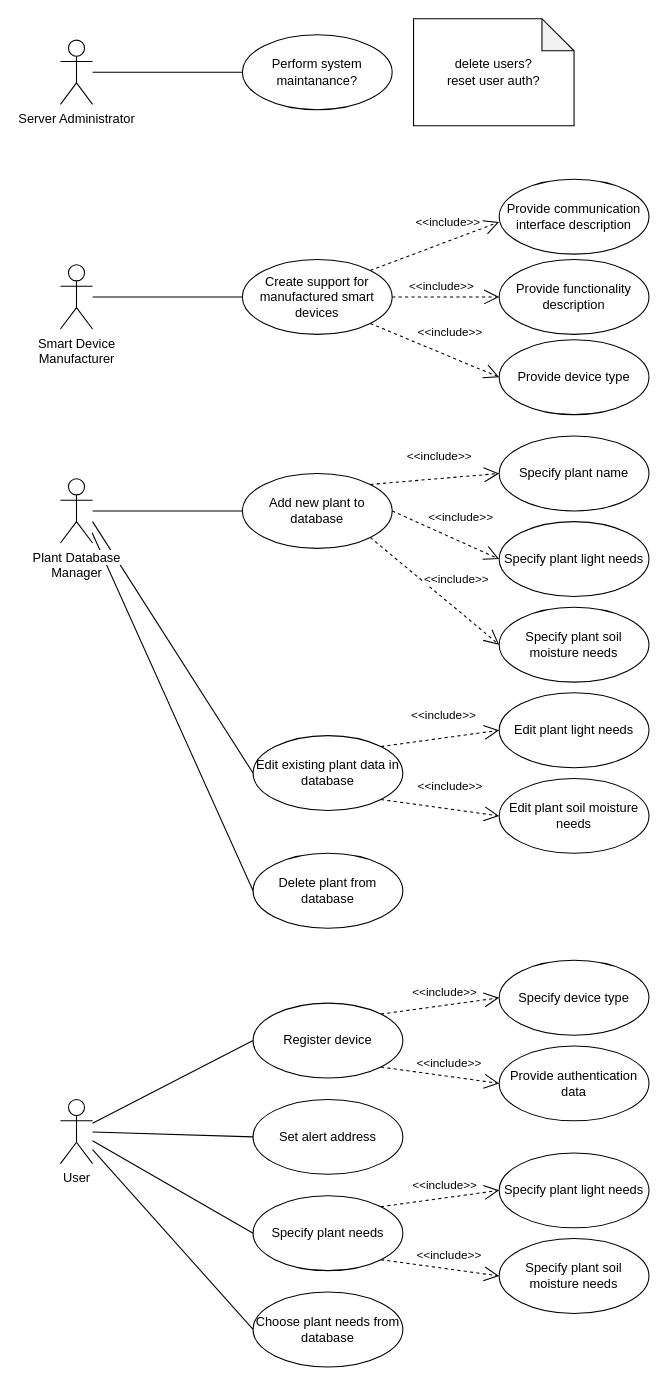
Above: page "Server admin" (1 of 4) of docs/use_case/usecase.drawio in Fustli/iot-plant-monitoring-system (draw.io), before the change. Source tidied: cells renumbered, new cells numbered last; positions are measured from the earlier drawing's top-left corner, leaving out a move shared by most shapes. Both pictures are drawn from the tidied source at 107%, with x=0, y=0 at pixel (60, 18).
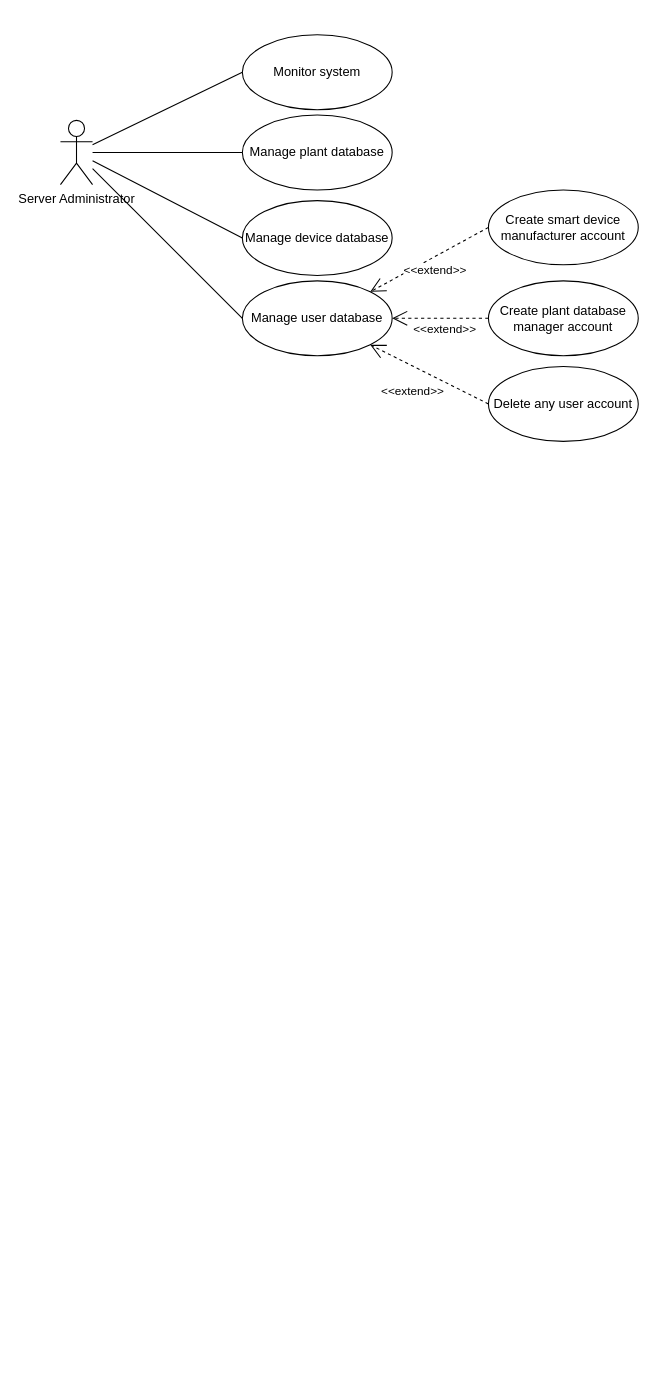
The same diagram, later.

Commit message:
Updated use case diagram based on documentation

Change to the diagram source:
```diff
@@
     <mxCell id="2" value="Server Administrator" style="shape=umlActor;verticalLabelPosition=bottom;verticalAlign=top;html=1;outlineConnect=0;" parent="1" vertex="1">
-      <mxGeometry y="20" width="30" height="60" as="geometry" />
+      <mxGeometry y="95" width="30" height="60" as="geometry" />
     </mxCell>
-    <mxCell id="3" value="Smart Device&lt;div&gt;Manufacturer&lt;/div&gt;" style="shape=umlActor;verticalLabelPosition=bottom;verticalAlign=top;html=1;outlineConnect=0;" parent="1" vertex="1">
-      <mxGeometry y="230" width="30" height="60" as="geometry" />
-    </mxCell>
-    <mxCell id="4" value="User" style="shape=umlActor;verticalLabelPosition=bottom;verticalAlign=top;html=1;outlineConnect=0;" parent="1" vertex="1">
-      <mxGeometry y="1010" width="30" height="60" as="geometry" />
-    </mxCell>
-    <mxCell id="5" style="edgeStyle=orthogonalEdgeStyle;rounded=0;jettySize=auto;html=1;entryX=0;entryY=0.5;entryDx=0;entryDy=0;endArrow=none;endFill=0;" parent="1" edge="1" source="29" target="14">
-      <mxGeometry relative="1" as="geometry" />
-    </mxCell>
-    <mxCell id="6" style="endArrow=none;html=1;rounded=0;entryX=0;entryY=0.5;entryDx=0;entryDy=0;" parent="1" edge="1" source="3" target="10">
-      <mxGeometry relative="1" as="geometry" />
-    </mxCell>
-    <mxCell id="7" value="&amp;lt;&amp;lt;include&amp;gt;&amp;gt;" style="endArrow=open;endSize=12;dashed=1;html=1;rounded=0;exitX=1;exitY=0;exitDx=0;exitDy=0;entryX=0;entryY=0.5;entryDx=0;entryDy=0;" parent="1" edge="1" source="10">
-      <mxGeometry x="0.31" y="17" relative="1" as="geometry">
-        <mxPoint x="410" y="190" as="targetPoint" />
-      </mxGeometry>
-    </mxCell>
-    <mxCell id="8" value="&amp;lt;&amp;lt;include&amp;gt;&amp;gt;" style="endArrow=open;endSize=12;dashed=1;html=1;rounded=0;exitX=1;exitY=0.5;exitDx=0;exitDy=0;entryX=0;entryY=0.5;entryDx=0;entryDy=0;" parent="1" edge="1" source="10" target="12">
-      <mxGeometry x="-0.09" y="10" relative="1" as="geometry" />
-    </mxCell>
-    <mxCell id="9" value="&amp;lt;&amp;lt;include&amp;gt;&amp;gt;" style="endArrow=open;endSize=12;dashed=1;html=1;rounded=0;exitX=1;exitY=1;exitDx=0;exitDy=0;entryX=0;entryY=0.5;entryDx=0;entryDy=0;" parent="1" edge="1" source="10" target="13">
-      <mxGeometry x="0.11" y="21" relative="1" as="geometry" />
-    </mxCell>
-    <mxCell id="10" value="Create support for manufactured smart devices" style="ellipse;whiteSpace=wrap;html=1;" parent="1" vertex="1">
-      <mxGeometry x="170" y="225" width="140" height="70" as="geometry" />
-    </mxCell>
-    <mxCell id="11" value="Provide communication interface description" style="ellipse;whiteSpace=wrap;html=1;" parent="1" vertex="1">
-      <mxGeometry x="410" y="150" width="140" height="70" as="geometry" />
-    </mxCell>
-    <mxCell id="12" value="Provide functionality description" style="ellipse;whiteSpace=wrap;html=1;" parent="1" vertex="1">
-      <mxGeometry x="410" y="225" width="140" height="70" as="geometry" />
-    </mxCell>
-    <mxCell id="13" value="Provide device type" style="ellipse;whiteSpace=wrap;html=1;" parent="1" vertex="1">
-      <mxGeometry x="410" y="300" width="140" height="70" as="geometry" />
-    </mxCell>
-    <mxCell id="14" value="Add new plant to database" style="ellipse;whiteSpace=wrap;html=1;" parent="1" vertex="1">
-      <mxGeometry x="170" y="425" width="140" height="70" as="geometry" />
-    </mxCell>
-    <mxCell id="15" value="Edit existing plant data in database" style="ellipse;whiteSpace=wrap;html=1;" parent="1" vertex="1">
-      <mxGeometry x="180" y="670" width="140" height="70" as="geometry" />
-    </mxCell>
-    <mxCell id="16" value="Delete plant from database" style="ellipse;whiteSpace=wrap;html=1;" parent="1" vertex="1">
-      <mxGeometry x="180" y="780" width="140" height="70" as="geometry" />
-    </mxCell>
-    <mxCell id="17" value="Specify plant soil moisture needs" style="ellipse;whiteSpace=wrap;html=1;" parent="1" vertex="1">
-      <mxGeometry x="410" y="550" width="140" height="70" as="geometry" />
-    </mxCell>
-    <mxCell id="18" value="Specify plant name" style="ellipse;whiteSpace=wrap;html=1;" parent="1" vertex="1">
-      <mxGeometry x="410" y="390" width="140" height="70" as="geometry" />
-    </mxCell>
-    <mxCell id="19" value="&amp;lt;&amp;lt;include&amp;gt;&amp;gt;" style="endArrow=open;endSize=12;dashed=1;html=1;rounded=0;exitX=1;exitY=0;exitDx=0;exitDy=0;entryX=0;entryY=0.5;entryDx=0;entryDy=0;" parent="1" edge="1" source="14" target="18">
-      <mxGeometry x="0.11" y="21" relative="1" as="geometry" />
-    </mxCell>
-    <mxCell id="20" value="&amp;lt;&amp;lt;include&amp;gt;&amp;gt;" style="endArrow=open;endSize=12;dashed=1;html=1;rounded=0;exitX=1;exitY=1;exitDx=0;exitDy=0;entryX=0;entryY=0.5;entryDx=0;entryDy=0;" parent="1" edge="1" source="14" target="17">
-      <mxGeometry x="0.11" y="21" relative="1" as="geometry" />
-    </mxCell>
-    <mxCell id="21" value="Edit plant light needs" style="ellipse;whiteSpace=wrap;html=1;" parent="1" vertex="1">
-      <mxGeometry x="410" y="630" width="140" height="70" as="geometry" />
-    </mxCell>
-    <mxCell id="22" value="Edit plant soil moisture needs" style="ellipse;whiteSpace=wrap;html=1;" parent="1" vertex="1">
-      <mxGeometry x="410" y="710" width="140" height="70" as="geometry" />
-    </mxCell>
-    <mxCell id="23" style="rounded=0;jettySize=auto;html=1;entryX=0;entryY=0.5;entryDx=0;entryDy=0;endArrow=none;endFill=0;" parent="1" edge="1" target="15">
-      <mxGeometry relative="1" as="geometry">
-        <mxPoint x="30" y="470" as="sourcePoint" />
-      </mxGeometry>
-    </mxCell>
-    <mxCell id="24" value="&amp;lt;&amp;lt;include&amp;gt;&amp;gt;" style="endArrow=open;endSize=12;dashed=1;html=1;rounded=0;exitX=1;exitY=0;exitDx=0;exitDy=0;entryX=0;entryY=0.5;entryDx=0;entryDy=0;" parent="1" edge="1" source="15" target="21">
-      <mxGeometry x="0.11" y="21" relative="1" as="geometry" />
-    </mxCell>
-    <mxCell id="25" value="Specify plant light needs" style="ellipse;whiteSpace=wrap;html=1;" parent="1" vertex="1">
-      <mxGeometry x="410" y="470" width="140" height="70" as="geometry" />
-    </mxCell>
-    <mxCell id="26" value="&amp;lt;&amp;lt;include&amp;gt;&amp;gt;" style="endArrow=open;endSize=12;dashed=1;html=1;rounded=0;exitX=1;exitY=0.5;exitDx=0;exitDy=0;entryX=0;entryY=0.5;entryDx=0;entryDy=0;" parent="1" edge="1" source="14" target="25">
-      <mxGeometry x="0.11" y="21" relative="1" as="geometry" />
-    </mxCell>
-    <mxCell id="27" value="&amp;lt;&amp;lt;include&amp;gt;&amp;gt;" style="endArrow=open;endSize=12;dashed=1;html=1;rounded=0;exitX=1;exitY=1;exitDx=0;exitDy=0;entryX=0;entryY=0.5;entryDx=0;entryDy=0;" parent="1" edge="1" source="15" target="22">
-      <mxGeometry x="0.11" y="21" relative="1" as="geometry" />
-    </mxCell>
-    <mxCell id="28" style="rounded=0;jettySize=auto;html=1;entryX=0;entryY=0.5;entryDx=0;entryDy=0;endArrow=none;endFill=0;exitX=0.133;exitY=0.392;exitDx=0;exitDy=0;exitPerimeter=0;" parent="1" edge="1" target="16">
-      <mxGeometry relative="1" as="geometry">
-        <mxPoint x="29.6" y="480.4" as="sourcePoint" />
-      </mxGeometry>
-    </mxCell>
-    <mxCell id="29" value="&lt;span style=&quot;background-color: light-dark(#ffffff, var(--ge-dark-color, #121212));&quot;&gt;Plant Database&lt;/span&gt;&lt;div&gt;&lt;span style=&quot;background-color: light-dark(#ffffff, var(--ge-dark-color, #121212));&quot;&gt;Manager&lt;/span&gt;&lt;/div&gt;" style="shape=umlActor;verticalLabelPosition=bottom;verticalAlign=top;html=1;outlineConnect=0;" parent="1" vertex="1">
-      <mxGeometry y="430" width="30" height="60" as="geometry" />
-    </mxCell>
-    <mxCell id="30" value="Register device" style="ellipse;whiteSpace=wrap;html=1;" parent="1" vertex="1">
-      <mxGeometry x="180" y="920" width="140" height="70" as="geometry" />
-    </mxCell>
-    <mxCell id="31" value="Specify device type" style="ellipse;whiteSpace=wrap;html=1;" parent="1" vertex="1">
-      <mxGeometry x="410" y="880" width="140" height="70" as="geometry" />
-    </mxCell>
-    <mxCell id="32" value="Provide authentication data" style="ellipse;whiteSpace=wrap;html=1;" parent="1" vertex="1">
-      <mxGeometry x="410" y="960" width="140" height="70" as="geometry" />
-    </mxCell>
-    <mxCell id="33" value="Set alert address" style="ellipse;whiteSpace=wrap;html=1;" parent="1" vertex="1">
-      <mxGeometry x="180" y="1010" width="140" height="70" as="geometry" />
-    </mxCell>
-    <mxCell id="34" value="Specify plant needs" style="ellipse;whiteSpace=wrap;html=1;" parent="1" vertex="1">
-      <mxGeometry x="180" y="1100" width="140" height="70" as="geometry" />
-    </mxCell>
-    <mxCell id="35" value="Specify plant soil moisture needs" style="ellipse;whiteSpace=wrap;html=1;" parent="1" vertex="1">
-      <mxGeometry x="410" y="1140" width="140" height="70" as="geometry" />
-    </mxCell>
-    <mxCell id="36" value="Specify plant light needs" style="ellipse;whiteSpace=wrap;html=1;" parent="1" vertex="1">
-      <mxGeometry x="410" y="1060" width="140" height="70" as="geometry" />
-    </mxCell>
-    <mxCell id="37" value="Choose plant needs from database" style="ellipse;whiteSpace=wrap;html=1;" parent="1" vertex="1">
-      <mxGeometry x="180" y="1190" width="140" height="70" as="geometry" />
-    </mxCell>
-    <mxCell id="38" style="rounded=0;jettySize=auto;html=1;entryX=0;entryY=0.5;entryDx=0;entryDy=0;endArrow=none;endFill=0;" parent="1" edge="1" source="4" target="30">
-      <mxGeometry relative="1" as="geometry" />
-    </mxCell>
-    <mxCell id="39" style="rounded=0;jettySize=auto;html=1;entryX=0;entryY=0.5;entryDx=0;entryDy=0;endArrow=none;endFill=0;" parent="1" edge="1" source="4" target="33">
-      <mxGeometry relative="1" as="geometry" />
-    </mxCell>
-    <mxCell id="40" style="rounded=0;jettySize=auto;html=1;entryX=0;entryY=0.5;entryDx=0;entryDy=0;endArrow=none;endFill=0;" parent="1" edge="1" source="4" target="34">
-      <mxGeometry relative="1" as="geometry" />
-    </mxCell>
-    <mxCell id="41" style="rounded=0;jettySize=auto;html=1;entryX=0;entryY=0.5;entryDx=0;entryDy=0;endArrow=none;endFill=0;" parent="1" edge="1" source="4" target="37">
-      <mxGeometry relative="1" as="geometry" />
-    </mxCell>
-    <mxCell id="42" value="&amp;lt;&amp;lt;include&amp;gt;&amp;gt;" style="endArrow=open;endSize=12;dashed=1;html=1;rounded=0;exitX=1;exitY=0;exitDx=0;exitDy=0;entryX=0;entryY=0.5;entryDx=0;entryDy=0;" parent="1" edge="1" source="30" target="31">
-      <mxGeometry x="0.12" y="12" relative="1" as="geometry" />
-    </mxCell>
-    <mxCell id="43" value="&amp;lt;&amp;lt;include&amp;gt;&amp;gt;" style="endArrow=open;endSize=12;dashed=1;html=1;rounded=0;exitX=1;exitY=1;exitDx=0;exitDy=0;entryX=0;entryY=0.5;entryDx=0;entryDy=0;" parent="1" edge="1" source="30" target="32">
-      <mxGeometry x="0.12" y="12" relative="1" as="geometry" />
-    </mxCell>
-    <mxCell id="44" value="&amp;lt;&amp;lt;include&amp;gt;&amp;gt;" style="endArrow=open;endSize=12;dashed=1;html=1;rounded=0;exitX=1;exitY=0;exitDx=0;exitDy=0;entryX=0;entryY=0.5;entryDx=0;entryDy=0;" parent="1" edge="1" source="34" target="36">
-      <mxGeometry x="0.12" y="12" relative="1" as="geometry" />
-    </mxCell>
-    <mxCell id="45" value="&amp;lt;&amp;lt;include&amp;gt;&amp;gt;" style="endArrow=open;endSize=12;dashed=1;html=1;rounded=0;exitX=1;exitY=1;exitDx=0;exitDy=0;entryX=0;entryY=0.5;entryDx=0;entryDy=0;" parent="1" edge="1" source="34" target="35">
-      <mxGeometry x="0.12" y="12" relative="1" as="geometry" />
-    </mxCell>
-    <mxCell id="46" style="endArrow=none;html=1;rounded=0;entryX=0;entryY=0.5;entryDx=0;entryDy=0;" parent="1" edge="1" target="47">
-      <mxGeometry relative="1" as="geometry">
-        <mxPoint x="30" y="50" as="sourcePoint" />
-      </mxGeometry>
+    <mxCell id="46" style="endArrow=none;html=1;rounded=0;entryX=0;entryY=0.5;entryDx=0;entryDy=0;" parent="1" edge="1" source="2" target="47">
+      <mxGeometry relative="1" as="geometry" />
     </mxCell>
-    <mxCell id="47" value="Perform system maintanance?" style="ellipse;whiteSpace=wrap;html=1;" parent="1" vertex="1">
+    <mxCell id="47" value="Monitor system" style="ellipse;whiteSpace=wrap;html=1;" parent="1" vertex="1">
       <mxGeometry x="170" y="15" width="140" height="70" as="geometry" />
     </mxCell>
-    <mxCell id="48" value="delete users?&lt;div&gt;reset user auth?&lt;/div&gt;" style="shape=note;whiteSpace=wrap;html=1;backgroundOutline=1;darkOpacity=0.05;" parent="1" vertex="1">
-      <mxGeometry x="330" width="150" height="100" as="geometry" />
-    </mxCell>
+    <mxCell id="49" style="endArrow=none;html=1;rounded=0;entryX=0;entryY=0.5;entryDx=0;entryDy=0;" parent="1" edge="1" source="2" target="50">
+      <mxGeometry relative="1" as="geometry" />
+    </mxCell>
+    <mxCell id="50" value="Manage user database" style="ellipse;whiteSpace=wrap;html=1;" parent="1" vertex="1">
+      <mxGeometry x="170" y="245" width="140" height="70" as="geometry" />
+    </mxCell>
+    <mxCell id="51" style="endArrow=none;html=1;rounded=0;entryX=0;entryY=0.5;entryDx=0;entryDy=0;" parent="1" edge="1" source="2" target="52">
+      <mxGeometry relative="1" as="geometry" />
+    </mxCell>
+    <mxCell id="52" value="Manage plant database" style="ellipse;whiteSpace=wrap;html=1;" parent="1" vertex="1">
+      <mxGeometry x="170" y="90" width="140" height="70" as="geometry" />
+    </mxCell>
+    <mxCell id="53" value="&amp;lt;&amp;lt;extend&amp;gt;&amp;gt;" style="endArrow=open;endSize=12;dashed=1;html=1;rounded=0;entryX=1;entryY=0;entryDx=0;entryDy=0;exitX=0;exitY=0.5;exitDx=0;exitDy=0;" parent="1" edge="1" source="55" target="50">
+      <mxGeometry y="11" relative="1" as="geometry" />
+    </mxCell>
+    <mxCell id="54" value="&amp;lt;&amp;lt;extend&amp;gt;&amp;gt;" style="endArrow=open;endSize=12;dashed=1;html=1;rounded=0;entryX=1;entryY=0.5;entryDx=0;entryDy=0;exitX=0;exitY=0.5;exitDx=0;exitDy=0;" parent="1" edge="1" source="56" target="50">
+      <mxGeometry x="-0.09" y="10" relative="1" as="geometry" />
+    </mxCell>
+    <mxCell id="55" value="Create smart device manufacturer account" style="ellipse;whiteSpace=wrap;html=1;" parent="1" vertex="1">
+      <mxGeometry x="400" y="160" width="140" height="70" as="geometry" />
+    </mxCell>
+    <mxCell id="56" value="Create plant database manager account" style="ellipse;whiteSpace=wrap;html=1;" parent="1" vertex="1">
+      <mxGeometry x="400" y="245" width="140" height="70" as="geometry" />
+    </mxCell>
+    <mxCell id="57" value="&amp;lt;&amp;lt;extend&amp;gt;&amp;gt;" style="endArrow=open;endSize=12;dashed=1;html=1;rounded=0;entryX=1;entryY=1;entryDx=0;entryDy=0;exitX=0;exitY=0.5;exitDx=0;exitDy=0;" parent="1" edge="1" source="58" target="50">
+      <mxGeometry x="0.11" y="21" relative="1" as="geometry" />
+    </mxCell>
+    <mxCell id="58" value="Delete any user account" style="ellipse;whiteSpace=wrap;html=1;" parent="1" vertex="1">
+      <mxGeometry x="400" y="325" width="140" height="70" as="geometry" />
+    </mxCell>
+    <mxCell id="59" value="Manage device database" style="ellipse;whiteSpace=wrap;html=1;" parent="1" vertex="1">
+      <mxGeometry x="170" y="170" width="140" height="70" as="geometry" />
+    </mxCell>
+    <mxCell id="60" style="endArrow=none;html=1;rounded=0;entryX=0;entryY=0.5;entryDx=0;entryDy=0;" parent="1" edge="1" source="2" target="59">
+      <mxGeometry relative="1" as="geometry" />
+    </mxCell>
```
